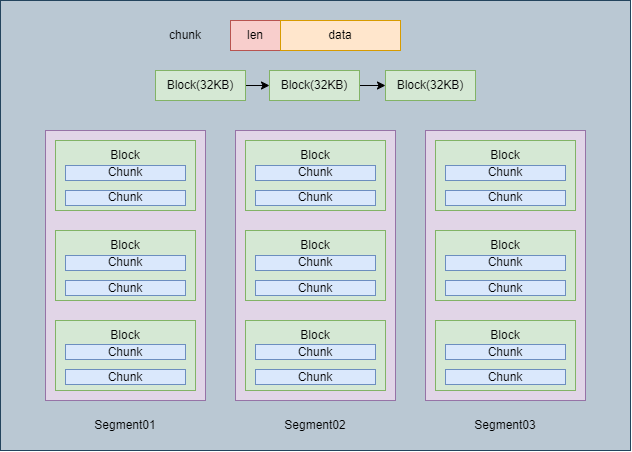
Before: wal.png, a diagram exported from draw.io (Jasonbourne723/wal). Source tidied: cells renumbered, new cells last; positions are measured from the earlier drawing's top-left corner, leaving out a move shared by most shapes.
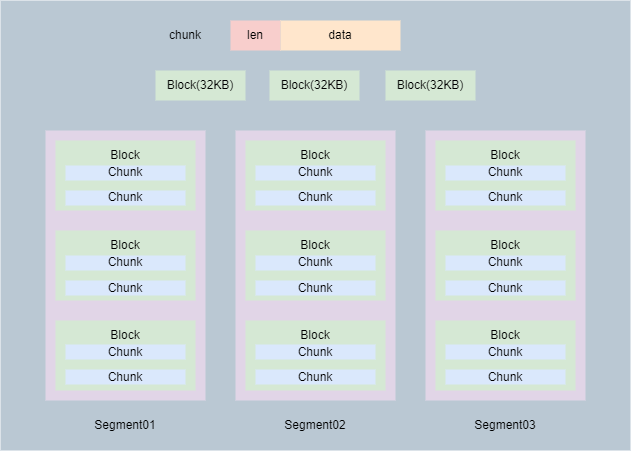
After the commit.

The edit, as a diff of the source:
```diff
@@ -2,52 +2,52 @@
   <root>
     <mxCell id="0" />
     <mxCell id="1" parent="0" />
-    <mxCell id="2" style="rounded=0;whiteSpace=wrap;html=1;fillColor=#bac8d3;strokeColor=#23445d;" parent="1" vertex="1">
+    <mxCell id="2" style="rounded=0;whiteSpace=wrap;html=1;fillColor=#bac8d3;strokeColor=none;" parent="1" vertex="1">
       <mxGeometry width="630" height="450" as="geometry" />
     </mxCell>
-    <mxCell id="3" style="rounded=0;whiteSpace=wrap;html=1;fillColor=#e1d5e7;strokeColor=#9673a6;" parent="1" vertex="1">
+    <mxCell id="3" style="rounded=0;whiteSpace=wrap;html=1;fillColor=#e1d5e7;strokeColor=none;" parent="1" vertex="1">
       <mxGeometry x="45" y="130" width="160" height="270" as="geometry" />
     </mxCell>
-    <mxCell id="4" style="rounded=0;whiteSpace=wrap;html=1;fillColor=#d5e8d4;strokeColor=#82b366;" parent="1" vertex="1">
+    <mxCell id="4" style="rounded=0;whiteSpace=wrap;html=1;fillColor=#d5e8d4;strokeColor=none;" parent="1" vertex="1">
       <mxGeometry x="55" y="140" width="140" height="70" as="geometry" />
     </mxCell>
     <mxCell id="5" value="Block" style="text;html=1;strokeColor=none;fillColor=none;align=center;verticalAlign=middle;whiteSpace=wrap;rounded=0;" parent="1" vertex="1">
       <mxGeometry x="95" y="140" width="60" height="30" as="geometry" />
     </mxCell>
-    <mxCell id="6" style="rounded=0;whiteSpace=wrap;html=1;fillColor=#d5e8d4;strokeColor=#82b366;" parent="1" vertex="1">
+    <mxCell id="6" style="rounded=0;whiteSpace=wrap;html=1;fillColor=#d5e8d4;strokeColor=none;" parent="1" vertex="1">
       <mxGeometry x="55" y="230" width="140" height="70" as="geometry" />
     </mxCell>
     <mxCell id="7" value="Block" style="text;html=1;strokeColor=none;fillColor=none;align=center;verticalAlign=middle;whiteSpace=wrap;rounded=0;" parent="1" vertex="1">
       <mxGeometry x="95" y="230" width="60" height="30" as="geometry" />
     </mxCell>
-    <mxCell id="8" style="rounded=0;whiteSpace=wrap;html=1;fillColor=#d5e8d4;strokeColor=#82b366;" parent="1" vertex="1">
+    <mxCell id="8" style="rounded=0;whiteSpace=wrap;html=1;fillColor=#d5e8d4;strokeColor=none;" parent="1" vertex="1">
       <mxGeometry x="55" y="320" width="140" height="70" as="geometry" />
     </mxCell>
     <mxCell id="9" value="Block" style="text;html=1;strokeColor=none;fillColor=none;align=center;verticalAlign=middle;whiteSpace=wrap;rounded=0;" parent="1" vertex="1">
       <mxGeometry x="95" y="320" width="60" height="30" as="geometry" />
     </mxCell>
-    <mxCell id="10" value="Chunk" style="rounded=0;whiteSpace=wrap;html=1;fillColor=#dae8fc;strokeColor=#6c8ebf;" parent="1" vertex="1">
+    <mxCell id="10" value="Chunk" style="rounded=0;whiteSpace=wrap;html=1;fillColor=#dae8fc;strokeColor=none;" parent="1" vertex="1">
       <mxGeometry x="65" y="165" width="120" height="15" as="geometry" />
     </mxCell>
-    <mxCell id="11" value="Chunk" style="rounded=0;whiteSpace=wrap;html=1;fillColor=#dae8fc;strokeColor=#6c8ebf;" parent="1" vertex="1">
+    <mxCell id="11" value="Chunk" style="rounded=0;whiteSpace=wrap;html=1;fillColor=#dae8fc;strokeColor=none;" parent="1" vertex="1">
       <mxGeometry x="65" y="190" width="120" height="15" as="geometry" />
     </mxCell>
-    <mxCell id="12" value="Chunk" style="rounded=0;whiteSpace=wrap;html=1;fillColor=#dae8fc;strokeColor=#6c8ebf;" parent="1" vertex="1">
+    <mxCell id="12" value="Chunk" style="rounded=0;whiteSpace=wrap;html=1;fillColor=#dae8fc;strokeColor=none;" parent="1" vertex="1">
       <mxGeometry x="65" y="255" width="120" height="15" as="geometry" />
     </mxCell>
-    <mxCell id="13" value="Chunk" style="rounded=0;whiteSpace=wrap;html=1;fillColor=#dae8fc;strokeColor=#6c8ebf;" parent="1" vertex="1">
+    <mxCell id="13" value="Chunk" style="rounded=0;whiteSpace=wrap;html=1;fillColor=#dae8fc;strokeColor=none;" parent="1" vertex="1">
       <mxGeometry x="65" y="280" width="120" height="15" as="geometry" />
     </mxCell>
-    <mxCell id="14" value="Chunk" style="rounded=0;whiteSpace=wrap;html=1;fillColor=#dae8fc;strokeColor=#6c8ebf;" parent="1" vertex="1">
+    <mxCell id="14" value="Chunk" style="rounded=0;whiteSpace=wrap;html=1;fillColor=#dae8fc;strokeColor=none;" parent="1" vertex="1">
       <mxGeometry x="65" y="344" width="120" height="15" as="geometry" />
     </mxCell>
-    <mxCell id="15" value="Chunk" style="rounded=0;whiteSpace=wrap;html=1;fillColor=#dae8fc;strokeColor=#6c8ebf;" parent="1" vertex="1">
+    <mxCell id="15" value="Chunk" style="rounded=0;whiteSpace=wrap;html=1;fillColor=#dae8fc;strokeColor=none;" parent="1" vertex="1">
       <mxGeometry x="65" y="369" width="120" height="15" as="geometry" />
     </mxCell>
-    <mxCell id="16" style="rounded=0;whiteSpace=wrap;html=1;fillColor=#f8cecc;strokeColor=#b85450;" parent="1" vertex="1">
+    <mxCell id="16" style="rounded=0;whiteSpace=wrap;html=1;fillColor=#f8cecc;strokeColor=none;" parent="1" vertex="1">
       <mxGeometry x="230" y="20" width="50" height="30" as="geometry" />
     </mxCell>
-    <mxCell id="17" value="data" style="rounded=0;whiteSpace=wrap;html=1;fillColor=#ffe6cc;strokeColor=#d79b00;" parent="1" vertex="1">
+    <mxCell id="17" value="data" style="rounded=0;whiteSpace=wrap;html=1;fillColor=#ffe6cc;strokeColor=none;" parent="1" vertex="1">
       <mxGeometry x="280" y="20" width="120" height="30" as="geometry" />
     </mxCell>
     <mxCell id="18" value="chunk" style="text;html=1;strokeColor=none;fillColor=none;align=center;verticalAlign=middle;whiteSpace=wrap;rounded=0;" parent="1" vertex="1">
@@ -59,97 +59,97 @@
     <mxCell id="20" value="Segment01" style="text;html=1;strokeColor=none;fillColor=none;align=center;verticalAlign=middle;whiteSpace=wrap;rounded=0;" parent="1" vertex="1">
       <mxGeometry x="95" y="410" width="60" height="30" as="geometry" />
     </mxCell>
-    <mxCell id="21" style="edgeStyle=orthogonalEdgeStyle;rounded=0;jettySize=auto;html=1;" parent="1" edge="1" source="22" target="24">
+    <mxCell id="21" style="edgeStyle=orthogonalEdgeStyle;rounded=0;jettySize=auto;html=1;strokeColor=none;" parent="1" edge="1" source="22" target="24">
       <mxGeometry relative="1" as="geometry" />
     </mxCell>
-    <mxCell id="22" value="Block(32KB)" style="rounded=0;whiteSpace=wrap;html=1;fillColor=#d5e8d4;strokeColor=#82b366;" parent="1" vertex="1">
+    <mxCell id="22" value="Block(32KB)" style="rounded=0;whiteSpace=wrap;html=1;fillColor=#d5e8d4;strokeColor=none;" parent="1" vertex="1">
       <mxGeometry x="155" y="70" width="90" height="30" as="geometry" />
     </mxCell>
-    <mxCell id="23" style="edgeStyle=orthogonalEdgeStyle;rounded=0;jettySize=auto;html=1;" parent="1" edge="1" source="24" target="25">
+    <mxCell id="23" style="edgeStyle=orthogonalEdgeStyle;rounded=0;jettySize=auto;html=1;strokeColor=none;" parent="1" edge="1" source="24" target="25">
       <mxGeometry relative="1" as="geometry" />
     </mxCell>
-    <mxCell id="24" value="Block(32KB)" style="rounded=0;whiteSpace=wrap;html=1;fillColor=#d5e8d4;strokeColor=#82b366;" parent="1" vertex="1">
+    <mxCell id="24" value="Block(32KB)" style="rounded=0;whiteSpace=wrap;html=1;fillColor=#d5e8d4;strokeColor=none;" parent="1" vertex="1">
       <mxGeometry x="269" y="70" width="90" height="30" as="geometry" />
     </mxCell>
-    <mxCell id="25" value="Block(32KB)" style="rounded=0;whiteSpace=wrap;html=1;fillColor=#d5e8d4;strokeColor=#82b366;" parent="1" vertex="1">
+    <mxCell id="25" value="Block(32KB)" style="rounded=0;whiteSpace=wrap;html=1;fillColor=#d5e8d4;strokeColor=none;" parent="1" vertex="1">
       <mxGeometry x="385" y="70" width="90" height="30" as="geometry" />
     </mxCell>
-    <mxCell id="26" style="rounded=0;whiteSpace=wrap;html=1;fillColor=#e1d5e7;strokeColor=#9673a6;" parent="1" vertex="1">
+    <mxCell id="26" style="rounded=0;whiteSpace=wrap;html=1;fillColor=#e1d5e7;strokeColor=none;" parent="1" vertex="1">
       <mxGeometry x="235" y="130" width="160" height="270" as="geometry" />
     </mxCell>
-    <mxCell id="27" style="rounded=0;whiteSpace=wrap;html=1;fillColor=#d5e8d4;strokeColor=#82b366;" parent="1" vertex="1">
+    <mxCell id="27" style="rounded=0;whiteSpace=wrap;html=1;fillColor=#d5e8d4;strokeColor=none;" parent="1" vertex="1">
       <mxGeometry x="245" y="140" width="140" height="70" as="geometry" />
     </mxCell>
     <mxCell id="28" value="Block" style="text;html=1;strokeColor=none;fillColor=none;align=center;verticalAlign=middle;whiteSpace=wrap;rounded=0;" parent="1" vertex="1">
       <mxGeometry x="285" y="140" width="60" height="30" as="geometry" />
     </mxCell>
-    <mxCell id="29" style="rounded=0;whiteSpace=wrap;html=1;fillColor=#d5e8d4;strokeColor=#82b366;" parent="1" vertex="1">
+    <mxCell id="29" style="rounded=0;whiteSpace=wrap;html=1;fillColor=#d5e8d4;strokeColor=none;" parent="1" vertex="1">
       <mxGeometry x="245" y="230" width="140" height="70" as="geometry" />
     </mxCell>
     <mxCell id="30" value="Block" style="text;html=1;strokeColor=none;fillColor=none;align=center;verticalAlign=middle;whiteSpace=wrap;rounded=0;" parent="1" vertex="1">
       <mxGeometry x="285" y="230" width="60" height="30" as="geometry" />
     </mxCell>
-    <mxCell id="31" style="rounded=0;whiteSpace=wrap;html=1;fillColor=#d5e8d4;strokeColor=#82b366;" parent="1" vertex="1">
+    <mxCell id="31" style="rounded=0;whiteSpace=wrap;html=1;fillColor=#d5e8d4;strokeColor=none;" parent="1" vertex="1">
       <mxGeometry x="245" y="320" width="140" height="70" as="geometry" />
     </mxCell>
     <mxCell id="32" value="Block" style="text;html=1;strokeColor=none;fillColor=none;align=center;verticalAlign=middle;whiteSpace=wrap;rounded=0;" parent="1" vertex="1">
       <mxGeometry x="285" y="320" width="60" height="30" as="geometry" />
     </mxCell>
-    <mxCell id="33" value="Chunk" style="rounded=0;whiteSpace=wrap;html=1;fillColor=#dae8fc;strokeColor=#6c8ebf;" parent="1" vertex="1">
+    <mxCell id="33" value="Chunk" style="rounded=0;whiteSpace=wrap;html=1;fillColor=#dae8fc;strokeColor=none;" parent="1" vertex="1">
       <mxGeometry x="255" y="165" width="120" height="15" as="geometry" />
     </mxCell>
-    <mxCell id="34" value="Chunk" style="rounded=0;whiteSpace=wrap;html=1;fillColor=#dae8fc;strokeColor=#6c8ebf;" parent="1" vertex="1">
+    <mxCell id="34" value="Chunk" style="rounded=0;whiteSpace=wrap;html=1;fillColor=#dae8fc;strokeColor=none;" parent="1" vertex="1">
       <mxGeometry x="255" y="190" width="120" height="15" as="geometry" />
     </mxCell>
-    <mxCell id="35" value="Chunk" style="rounded=0;whiteSpace=wrap;html=1;fillColor=#dae8fc;strokeColor=#6c8ebf;" parent="1" vertex="1">
+    <mxCell id="35" value="Chunk" style="rounded=0;whiteSpace=wrap;html=1;fillColor=#dae8fc;strokeColor=none;" parent="1" vertex="1">
       <mxGeometry x="255" y="255" width="120" height="15" as="geometry" />
     </mxCell>
-    <mxCell id="36" value="Chunk" style="rounded=0;whiteSpace=wrap;html=1;fillColor=#dae8fc;strokeColor=#6c8ebf;" parent="1" vertex="1">
+    <mxCell id="36" value="Chunk" style="rounded=0;whiteSpace=wrap;html=1;fillColor=#dae8fc;strokeColor=none;" parent="1" vertex="1">
       <mxGeometry x="255" y="280" width="120" height="15" as="geometry" />
     </mxCell>
-    <mxCell id="37" value="Chunk" style="rounded=0;whiteSpace=wrap;html=1;fillColor=#dae8fc;strokeColor=#6c8ebf;" parent="1" vertex="1">
+    <mxCell id="37" value="Chunk" style="rounded=0;whiteSpace=wrap;html=1;fillColor=#dae8fc;strokeColor=none;" parent="1" vertex="1">
       <mxGeometry x="255" y="344" width="120" height="15" as="geometry" />
     </mxCell>
-    <mxCell id="38" value="Chunk" style="rounded=0;whiteSpace=wrap;html=1;fillColor=#dae8fc;strokeColor=#6c8ebf;" parent="1" vertex="1">
+    <mxCell id="38" value="Chunk" style="rounded=0;whiteSpace=wrap;html=1;fillColor=#dae8fc;strokeColor=none;" parent="1" vertex="1">
       <mxGeometry x="255" y="369" width="120" height="15" as="geometry" />
     </mxCell>
-    <mxCell id="39" style="rounded=0;whiteSpace=wrap;html=1;fillColor=#e1d5e7;strokeColor=#9673a6;" parent="1" vertex="1">
+    <mxCell id="39" style="rounded=0;whiteSpace=wrap;html=1;fillColor=#e1d5e7;strokeColor=none;" parent="1" vertex="1">
       <mxGeometry x="425" y="130" width="160" height="270" as="geometry" />
     </mxCell>
-    <mxCell id="40" style="rounded=0;whiteSpace=wrap;html=1;fillColor=#d5e8d4;strokeColor=#82b366;" parent="1" vertex="1">
+    <mxCell id="40" style="rounded=0;whiteSpace=wrap;html=1;fillColor=#d5e8d4;strokeColor=none;" parent="1" vertex="1">
       <mxGeometry x="435" y="140" width="140" height="70" as="geometry" />
     </mxCell>
     <mxCell id="41" value="Block" style="text;html=1;strokeColor=none;fillColor=none;align=center;verticalAlign=middle;whiteSpace=wrap;rounded=0;" parent="1" vertex="1">
       <mxGeometry x="475" y="140" width="60" height="30" as="geometry" />
     </mxCell>
-    <mxCell id="42" style="rounded=0;whiteSpace=wrap;html=1;fillColor=#d5e8d4;strokeColor=#82b366;" parent="1" vertex="1">
+    <mxCell id="42" style="rounded=0;whiteSpace=wrap;html=1;fillColor=#d5e8d4;strokeColor=none;" parent="1" vertex="1">
       <mxGeometry x="435" y="230" width="140" height="70" as="geometry" />
     </mxCell>
     <mxCell id="43" value="Block" style="text;html=1;strokeColor=none;fillColor=none;align=center;verticalAlign=middle;whiteSpace=wrap;rounded=0;" parent="1" vertex="1">
       <mxGeometry x="475" y="230" width="60" height="30" as="geometry" />
     </mxCell>
-    <mxCell id="44" style="rounded=0;whiteSpace=wrap;html=1;fillColor=#d5e8d4;strokeColor=#82b366;" parent="1" vertex="1">
+    <mxCell id="44" style="rounded=0;whiteSpace=wrap;html=1;fillColor=#d5e8d4;strokeColor=none;" parent="1" vertex="1">
       <mxGeometry x="435" y="320" width="140" height="70" as="geometry" />
     </mxCell>
     <mxCell id="45" value="Block" style="text;html=1;strokeColor=none;fillColor=none;align=center;verticalAlign=middle;whiteSpace=wrap;rounded=0;" parent="1" vertex="1">
       <mxGeometry x="475" y="320" width="60" height="30" as="geometry" />
     </mxCell>
-    <mxCell id="46" value="Chunk" style="rounded=0;whiteSpace=wrap;html=1;fillColor=#dae8fc;strokeColor=#6c8ebf;" parent="1" vertex="1">
+    <mxCell id="46" value="Chunk" style="rounded=0;whiteSpace=wrap;html=1;fillColor=#dae8fc;strokeColor=none;" parent="1" vertex="1">
       <mxGeometry x="445" y="165" width="120" height="15" as="geometry" />
     </mxCell>
-    <mxCell id="47" value="Chunk" style="rounded=0;whiteSpace=wrap;html=1;fillColor=#dae8fc;strokeColor=#6c8ebf;" parent="1" vertex="1">
+    <mxCell id="47" value="Chunk" style="rounded=0;whiteSpace=wrap;html=1;fillColor=#dae8fc;strokeColor=none;" parent="1" vertex="1">
       <mxGeometry x="445" y="190" width="120" height="15" as="geometry" />
     </mxCell>
-    <mxCell id="48" value="Chunk" style="rounded=0;whiteSpace=wrap;html=1;fillColor=#dae8fc;strokeColor=#6c8ebf;" parent="1" vertex="1">
+    <mxCell id="48" value="Chunk" style="rounded=0;whiteSpace=wrap;html=1;fillColor=#dae8fc;strokeColor=none;" parent="1" vertex="1">
       <mxGeometry x="445" y="255" width="120" height="15" as="geometry" />
     </mxCell>
-    <mxCell id="49" value="Chunk" style="rounded=0;whiteSpace=wrap;html=1;fillColor=#dae8fc;strokeColor=#6c8ebf;" parent="1" vertex="1">
+    <mxCell id="49" value="Chunk" style="rounded=0;whiteSpace=wrap;html=1;fillColor=#dae8fc;strokeColor=none;" parent="1" vertex="1">
       <mxGeometry x="445" y="280" width="120" height="15" as="geometry" />
     </mxCell>
-    <mxCell id="50" value="Chunk" style="rounded=0;whiteSpace=wrap;html=1;fillColor=#dae8fc;strokeColor=#6c8ebf;" parent="1" vertex="1">
+    <mxCell id="50" value="Chunk" style="rounded=0;whiteSpace=wrap;html=1;fillColor=#dae8fc;strokeColor=none;" parent="1" vertex="1">
       <mxGeometry x="445" y="344" width="120" height="15" as="geometry" />
     </mxCell>
-    <mxCell id="51" value="Chunk" style="rounded=0;whiteSpace=wrap;html=1;fillColor=#dae8fc;strokeColor=#6c8ebf;" parent="1" vertex="1">
+    <mxCell id="51" value="Chunk" style="rounded=0;whiteSpace=wrap;html=1;fillColor=#dae8fc;strokeColor=none;" parent="1" vertex="1">
       <mxGeometry x="445" y="369" width="120" height="15" as="geometry" />
     </mxCell>
     <mxCell id="52" value="Segment02" style="text;html=1;strokeColor=none;fillColor=none;align=center;verticalAlign=middle;whiteSpace=wrap;rounded=0;" parent="1" vertex="1">
```
